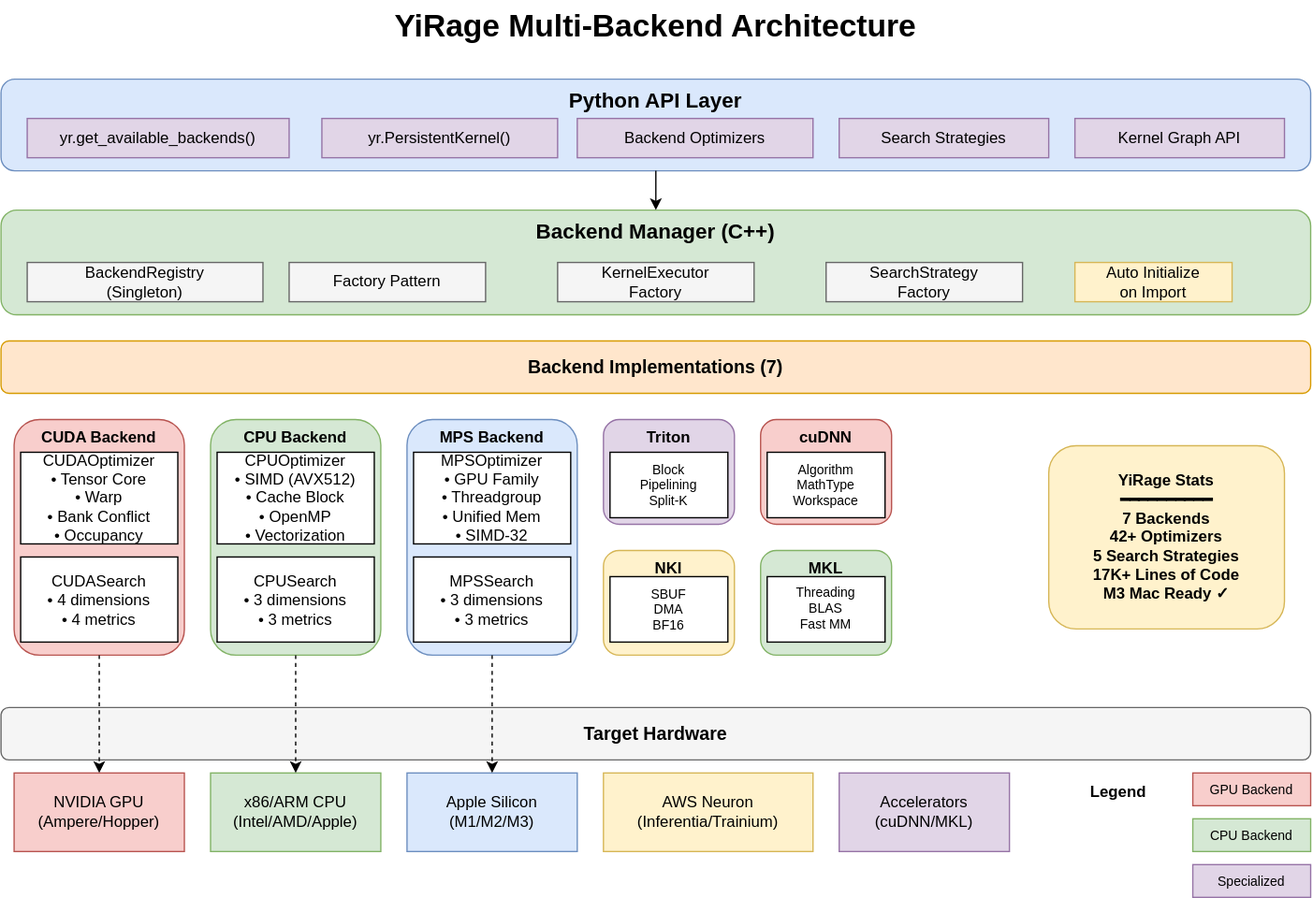
Before: img/architecture.drawio.svg, a diagram exported from draw.io (chenxingqiang/YiRage). Source tidied: cells renumbered, new cells last; positions are measured from the earlier drawing's top-left corner, leaving out a move shared by most shapes.
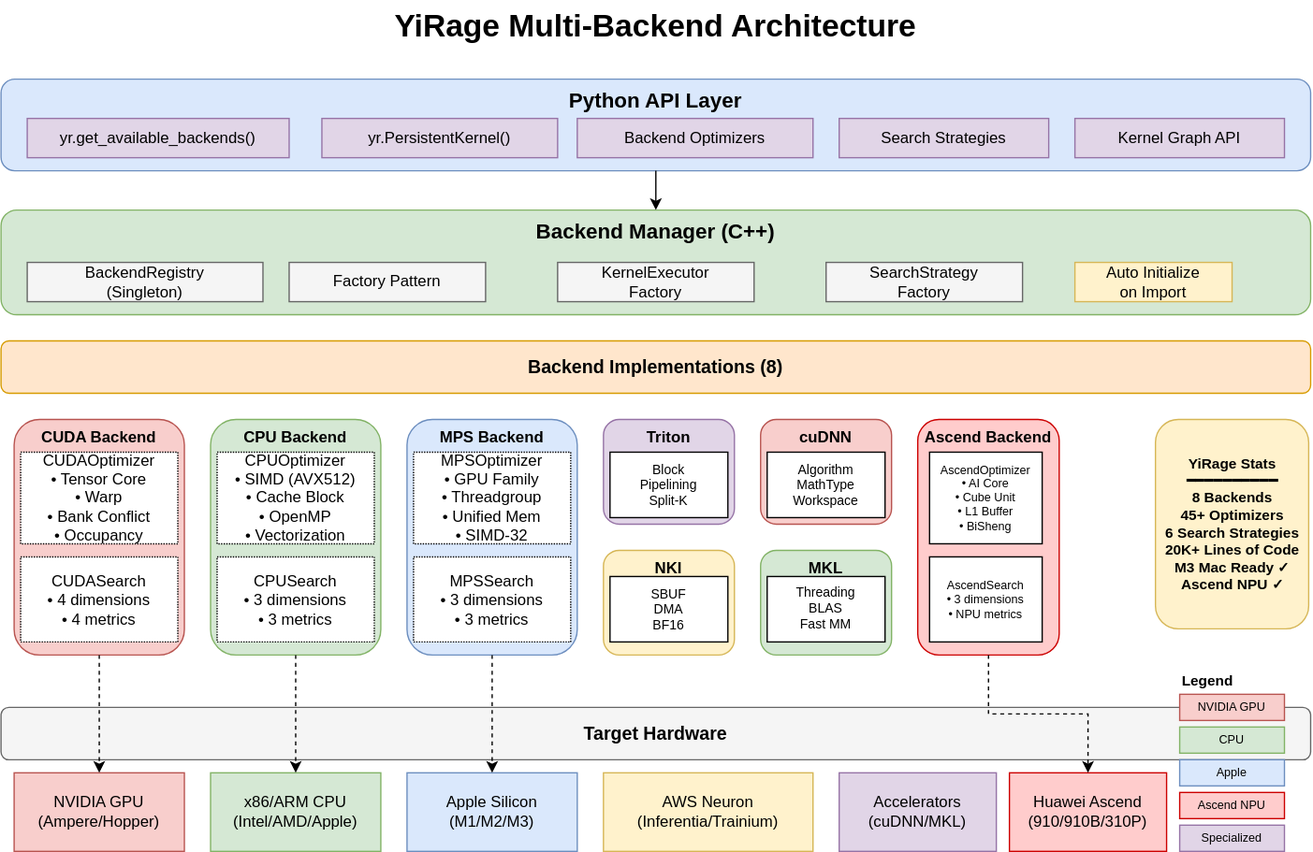
After the change.

Commit message:
docs: Update Ascend documentation for accuracy and completeness

The edit, as a diff of the source:
```diff
@@ -41,34 +41,34 @@
     <mxCell id="14" value="Auto Initialize&#10;on Import" style="rounded=0;whiteSpace=wrap;html=1;fillColor=#fff2cc;strokeColor=#d6b656;" parent="1" vertex="1">
       <mxGeometry x="820" y="200" width="120" height="30" as="geometry" />
     </mxCell>
-    <mxCell id="15" value="Backend Implementations (7)" style="rounded=1;whiteSpace=wrap;html=1;fillColor=#ffe6cc;strokeColor=#d79b00;fontSize=14;fontStyle=1;" parent="1" vertex="1">
+    <mxCell id="15" value="Backend Implementations (8)" style="rounded=1;whiteSpace=wrap;html=1;fillColor=#ffe6cc;strokeColor=#d79b00;fontSize=14;fontStyle=1;" parent="1" vertex="1">
       <mxGeometry y="260" width="1000" height="40" as="geometry" />
     </mxCell>
     <mxCell id="16" value="CUDA Backend" style="rounded=1;whiteSpace=wrap;html=1;fillColor=#f8cecc;strokeColor=#b85450;fontStyle=1;verticalAlign=top;" parent="1" vertex="1">
       <mxGeometry x="10" y="320" width="130" height="180" as="geometry" />
     </mxCell>
-    <mxCell id="17" value="CUDAOptimizer&#10;• Tensor Core&#10;• Warp&#10;• Bank Conflict&#10;• Occupancy" style="rounded=0;whiteSpace=wrap;html=1;align=center;fillColor=#ffffff;" parent="1" vertex="1">
+    <mxCell id="17" value="CUDAOptimizer&#10;• Tensor Core&#10;• Warp&#10;• Bank Conflict&#10;• Occupancy" style="rounded=0;whiteSpace=wrap;html=1;align=center;fillColor=#ffffff;dashed=1;dashPattern=1 1;" parent="1" vertex="1">
       <mxGeometry x="15" y="345" width="120" height="70" as="geometry" />
     </mxCell>
-    <mxCell id="18" value="CUDASearch&#10;• 4 dimensions&#10;• 4 metrics" style="rounded=0;whiteSpace=wrap;html=1;align=center;fillColor=#ffffff;" parent="1" vertex="1">
+    <mxCell id="18" value="CUDASearch&#10;• 4 dimensions&#10;• 4 metrics" style="rounded=0;whiteSpace=wrap;html=1;align=center;fillColor=#ffffff;dashed=1;dashPattern=1 1;" parent="1" vertex="1">
       <mxGeometry x="15" y="425" width="120" height="65" as="geometry" />
     </mxCell>
     <mxCell id="19" value="CPU Backend" style="rounded=1;whiteSpace=wrap;html=1;fillColor=#d5e8d4;strokeColor=#82b366;fontStyle=1;verticalAlign=top;" parent="1" vertex="1">
       <mxGeometry x="160" y="320" width="130" height="180" as="geometry" />
     </mxCell>
-    <mxCell id="20" value="CPUOptimizer&#10;• SIMD (AVX512)&#10;• Cache Block&#10;• OpenMP&#10;• Vectorization" style="rounded=0;whiteSpace=wrap;html=1;align=center;fillColor=#ffffff;" parent="1" vertex="1">
+    <mxCell id="20" value="CPUOptimizer&#10;• SIMD (AVX512)&#10;• Cache Block&#10;• OpenMP&#10;• Vectorization" style="rounded=0;whiteSpace=wrap;html=1;align=center;fillColor=#ffffff;dashed=1;dashPattern=1 1;" parent="1" vertex="1">
       <mxGeometry x="165" y="345" width="120" height="70" as="geometry" />
     </mxCell>
-    <mxCell id="21" value="CPUSearch&#10;• 3 dimensions&#10;• 3 metrics" style="rounded=0;whiteSpace=wrap;html=1;align=center;fillColor=#ffffff;" parent="1" vertex="1">
+    <mxCell id="21" value="CPUSearch&#10;• 3 dimensions&#10;• 3 metrics" style="rounded=0;whiteSpace=wrap;html=1;align=center;fillColor=#ffffff;dashed=1;dashPattern=1 1;" parent="1" vertex="1">
       <mxGeometry x="165" y="425" width="120" height="65" as="geometry" />
     </mxCell>
     <mxCell id="22" value="MPS Backend" style="rounded=1;whiteSpace=wrap;html=1;fillColor=#dae8fc;strokeColor=#6c8ebf;fontStyle=1;verticalAlign=top;" parent="1" vertex="1">
       <mxGeometry x="310" y="320" width="130" height="180" as="geometry" />
     </mxCell>
-    <mxCell id="23" value="MPSOptimizer&#10;• GPU Family&#10;• Threadgroup&#10;• Unified Mem&#10;• SIMD-32" style="rounded=0;whiteSpace=wrap;html=1;align=center;fillColor=#ffffff;verticalAlign=middle;" parent="1" vertex="1">
+    <mxCell id="23" value="MPSOptimizer&#10;• GPU Family&#10;• Threadgroup&#10;• Unified Mem&#10;• SIMD-32" style="rounded=0;whiteSpace=wrap;html=1;align=center;fillColor=#ffffff;verticalAlign=middle;dashed=1;dashPattern=1 1;" parent="1" vertex="1">
       <mxGeometry x="315" y="345" width="120" height="70" as="geometry" />
     </mxCell>
-    <mxCell id="24" value="MPSSearch&#10;• 3 dimensions&#10;• 3 metrics" style="rounded=0;whiteSpace=wrap;html=1;align=center;fillColor=#ffffff;verticalAlign=middle;labelBackgroundColor=none;" parent="1" vertex="1">
+    <mxCell id="24" value="MPSSearch&#10;• 3 dimensions&#10;• 3 metrics" style="rounded=0;whiteSpace=wrap;html=1;align=center;fillColor=#ffffff;verticalAlign=middle;labelBackgroundColor=none;dashed=1;dashPattern=1 1;" parent="1" vertex="1">
       <mxGeometry x="315" y="425" width="120" height="65" as="geometry" />
     </mxCell>
     <mxCell id="25" value="Triton" style="rounded=1;whiteSpace=wrap;html=1;fillColor=#e1d5e7;strokeColor=#9673a6;fontStyle=1;verticalAlign=top;" parent="1" vertex="1">
@@ -95,6 +95,15 @@
     <mxCell id="32" value="Threading&#10;BLAS&#10;Fast MM" style="rounded=0;whiteSpace=wrap;html=1;align=center;fontSize=10;fillColor=#ffffff;verticalAlign=top;" parent="1" vertex="1">
       <mxGeometry x="585" y="440" width="90" height="50" as="geometry" />
     </mxCell>
+    <mxCell id="48" value="Ascend Backend" style="rounded=1;whiteSpace=wrap;html=1;fillColor=#ffcccc;strokeColor=#cc0000;fontStyle=1;verticalAlign=top;" parent="1" vertex="1">
+      <mxGeometry x="700" y="320" width="108" height="180" as="geometry" />
+    </mxCell>
+    <mxCell id="49" value="AscendOptimizer&#10;• AI Core&#10;• Cube Unit&#10;• L1 Buffer&#10;• BiSheng" style="rounded=0;whiteSpace=wrap;html=1;align=center;fillColor=#ffffff;fontSize=9;" parent="1" vertex="1">
+      <mxGeometry x="709" y="345" width="86" height="70" as="geometry" />
+    </mxCell>
+    <mxCell id="50" value="AscendSearch&#10;• 3 dimensions&#10;• NPU metrics" style="rounded=0;whiteSpace=wrap;html=1;align=center;fillColor=#ffffff;fontSize=9;" parent="1" vertex="1">
+      <mxGeometry x="709" y="425" width="86" height="65" as="geometry" />
+    </mxCell>
     <mxCell id="33" value="Target Hardware" style="rounded=1;whiteSpace=wrap;html=1;fillColor=#f5f5f5;strokeColor=#666666;fontSize=14;fontStyle=1;" parent="1" vertex="1">
       <mxGeometry y="540" width="1000" height="40" as="geometry" />
     </mxCell>
@@ -111,8 +120,14 @@
       <mxGeometry x="460" y="590" width="160" height="60" as="geometry" />
     </mxCell>
     <mxCell id="38" value="Accelerators&#10;(cuDNN/MKL)" style="rounded=0;whiteSpace=wrap;html=1;fillColor=#e1d5e7;strokeColor=#9673a6;" parent="1" vertex="1">
-      <mxGeometry x="640" y="590" width="130" height="60" as="geometry" />
+      <mxGeometry x="640" y="590" width="120" height="60" as="geometry" />
     </mxCell>
+    <mxCell id="51" value="Huawei Ascend&#10;(910/910B/310P)" style="rounded=0;whiteSpace=wrap;html=1;fillColor=#ffcccc;strokeColor=#cc0000;" parent="1" vertex="1">
+      <mxGeometry x="770" y="590" width="120" height="60" as="geometry" />
+    </mxCell>
+    <mxCell id="52" style="edgeStyle=orthogonalEdgeStyle;rounded=0;jettySize=auto;html=1;dashed=1;" parent="1" edge="1" source="48" target="51">
+      <mxGeometry relative="1" as="geometry" />
+    </mxCell>
     <mxCell id="39" style="edgeStyle=orthogonalEdgeStyle;rounded=0;jettySize=auto;html=1;entryX=0.5;entryY=0;exitX=0.5;exitY=1;" parent="1" edge="1" source="3" target="9">
       <mxGeometry relative="1" as="geometry" />
     </mxCell>
@@ -125,20 +140,26 @@
     <mxCell id="42" style="edgeStyle=orthogonalEdgeStyle;rounded=0;jettySize=auto;html=1;dashed=1;" parent="1" edge="1" source="22" target="36">
       <mxGeometry relative="1" as="geometry" />
     </mxCell>
-    <mxCell id="43" value="YiRage Stats&#10;━━━━━━━━━━&#10;7 Backends&#10;42+ Optimizers&#10;5 Search Strategies&#10;17K+ Lines of Code&#10;M3 Mac Ready ✓" style="rounded=1;whiteSpace=wrap;html=1;fillColor=#fff2cc;strokeColor=#d6b656;align=center;fontSize=12;fontStyle=1;" parent="1" vertex="1">
-      <mxGeometry x="800" y="340" width="180" height="140" as="geometry" />
+    <mxCell id="43" value="YiRage Stats&#10;━━━━━━━━━━&#10;8 Backends&#10;45+ Optimizers&#10;6 Search Strategies&#10;20K+ Lines of Code&#10;M3 Mac Ready ✓&#10;Ascend NPU ✓" style="rounded=1;whiteSpace=wrap;html=1;fillColor=#fff2cc;strokeColor=#d6b656;align=center;fontSize=11;fontStyle=1;" parent="1" vertex="1">
+      <mxGeometry x="881.5" y="320" width="117" height="160" as="geometry" />
     </mxCell>
-    <mxCell id="44" value="Legend" style="text;html=1;strokeColor=none;fillColor=none;align=left;verticalAlign=middle;whiteSpace=wrap;fontSize=12;fontStyle=1;" parent="1" vertex="1">
-      <mxGeometry x="830" y="595" width="60" height="20" as="geometry" />
+    <mxCell id="44" value="Legend" style="text;html=1;strokeColor=none;fillColor=none;align=left;verticalAlign=middle;whiteSpace=wrap;fontSize=11;fontStyle=1;" parent="1" vertex="1">
+      <mxGeometry x="900" y="510" width="50" height="20" as="geometry" />
     </mxCell>
-    <mxCell id="45" value="GPU Backend" style="rounded=0;whiteSpace=wrap;html=1;fillColor=#f8cecc;strokeColor=#b85450;fontSize=10;" parent="1" vertex="1">
-      <mxGeometry x="910" y="590" width="90" height="25" as="geometry" />
+    <mxCell id="45" value="NVIDIA GPU" style="rounded=0;whiteSpace=wrap;html=1;fillColor=#f8cecc;strokeColor=#b85450;fontSize=9;" parent="1" vertex="1">
+      <mxGeometry x="900" y="530" width="80" height="20" as="geometry" />
     </mxCell>
-    <mxCell id="46" value="CPU Backend" style="rounded=0;whiteSpace=wrap;html=1;fillColor=#d5e8d4;strokeColor=#82b366;fontSize=10;" parent="1" vertex="1">
-      <mxGeometry x="910" y="625" width="90" height="25" as="geometry" />
+    <mxCell id="46" value="CPU" style="rounded=0;whiteSpace=wrap;html=1;fillColor=#d5e8d4;strokeColor=#82b366;fontSize=9;" parent="1" vertex="1">
+      <mxGeometry x="900" y="555" width="80" height="20" as="geometry" />
     </mxCell>
-    <mxCell id="47" value="Specialized" style="rounded=0;whiteSpace=wrap;html=1;fillColor=#e1d5e7;strokeColor=#9673a6;fontSize=10;" parent="1" vertex="1">
-      <mxGeometry x="910" y="660" width="90" height="25" as="geometry" />
+    <mxCell id="47" value="Apple" style="rounded=0;whiteSpace=wrap;html=1;fillColor=#dae8fc;strokeColor=#6c8ebf;fontSize=9;" parent="1" vertex="1">
+      <mxGeometry x="900" y="580" width="80" height="20" as="geometry" />
     </mxCell>
+    <mxCell id="53" value="Ascend NPU" style="rounded=0;whiteSpace=wrap;html=1;fillColor=#ffcccc;strokeColor=#cc0000;fontSize=9;" parent="1" vertex="1">
+      <mxGeometry x="900" y="605" width="80" height="20" as="geometry" />
+    </mxCell>
+    <mxCell id="54" value="Specialized" style="rounded=0;whiteSpace=wrap;html=1;fillColor=#e1d5e7;strokeColor=#9673a6;fontSize=9;" parent="1" vertex="1">
+      <mxGeometry x="900" y="630" width="80" height="20" as="geometry" />
+    </mxCell>
   </root>
 </mxGraphModel>
```
